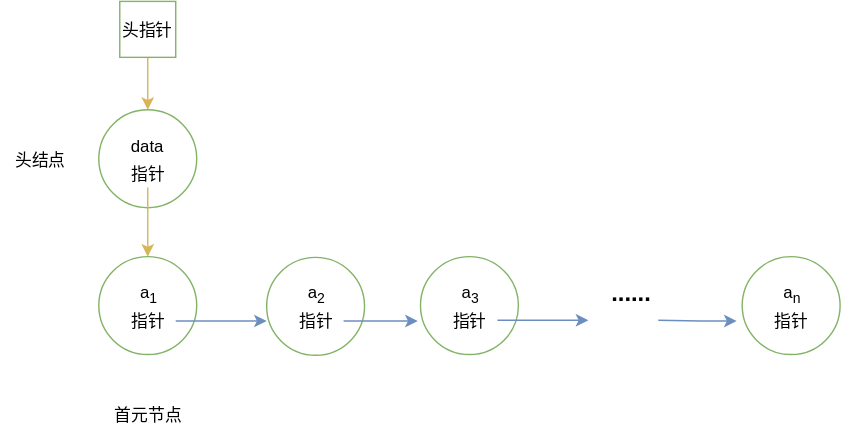
The draw.io diagram images/structure/linklist-03.svg in overnote/over-algorithm, before a commit. Source tidied: cells renumbered, new cells last; positions are measured from the earlier drawing's top-left corner, leaving out a move shared by most shapes. Its diagram source:
```xml
<mxGraphModel>
  <root>
    <mxCell id="0" />
    <mxCell id="1" parent="0" />
    <mxCell id="2" style="ellipse;whiteSpace=wrap;html=1;fillColor=#FFFFFF;strokeColor=#82b366;" parent="1" vertex="1">
      <mxGeometry x="70" y="183" width="70" height="70" as="geometry" />
    </mxCell>
    <mxCell id="3" style="edgeStyle=orthogonalEdgeStyle;rounded=0;jettySize=auto;html=1;entryX=0.5;entryY=0;entryDx=0;entryDy=0;fillColor=#fff2cc;strokeColor=#d6b656;" parent="1" edge="1" source="4" target="21">
      <mxGeometry relative="1" as="geometry" />
    </mxCell>
    <mxCell id="4" value="头指针" style="rounded=0;whiteSpace=wrap;html=1;fillColor=#FFFFFF;strokeColor=#82b366;" parent="1" vertex="1">
      <mxGeometry x="85" y="0.5" width="40" height="40" as="geometry" />
    </mxCell>
    <mxCell id="5" value="......" style="text;html=1;strokeColor=none;fillColor=none;align=center;verticalAlign=middle;whiteSpace=wrap;rounded=0;fontSize=17;fontStyle=1;" parent="1" vertex="1">
      <mxGeometry x="430" y="199" width="40" height="20" as="geometry" />
    </mxCell>
    <mxCell id="6" value="a&lt;sub&gt;1&lt;/sub&gt;" style="text;html=1;strokeColor=none;fillColor=none;align=center;verticalAlign=middle;whiteSpace=wrap;rounded=0;fontSize=12;" parent="1" vertex="1">
      <mxGeometry x="85" y="198.5" width="40" height="20" as="geometry" />
    </mxCell>
    <mxCell id="7" style="edgeStyle=orthogonalEdgeStyle;rounded=0;jettySize=auto;html=1;entryX=0;entryY=0.643;entryDx=0;entryDy=0;entryPerimeter=0;fontSize=12;fillColor=#dae8fc;strokeColor=#6c8ebf;" parent="1" edge="1" source="8" target="9">
      <mxGeometry relative="1" as="geometry" />
    </mxCell>
    <mxCell id="8" value="指针" style="text;html=1;strokeColor=none;fillColor=none;align=center;verticalAlign=middle;whiteSpace=wrap;rounded=0;fontSize=12;" parent="1" vertex="1">
      <mxGeometry x="85" y="218.5" width="40" height="20" as="geometry" />
    </mxCell>
    <mxCell id="9" style="ellipse;whiteSpace=wrap;html=1;fillColor=#FFFFFF;strokeColor=#82b366;" parent="1" vertex="1">
      <mxGeometry x="190" y="183.5" width="70" height="70" as="geometry" />
    </mxCell>
    <mxCell id="10" value="a&lt;sub&gt;2&lt;/sub&gt;" style="text;html=1;strokeColor=none;fillColor=none;align=center;verticalAlign=middle;whiteSpace=wrap;rounded=0;fontSize=12;" parent="1" vertex="1">
      <mxGeometry x="205" y="199" width="40" height="20" as="geometry" />
    </mxCell>
    <mxCell id="11" style="edgeStyle=orthogonalEdgeStyle;rounded=0;jettySize=auto;html=1;entryX=-0.029;entryY=0.664;entryDx=0;entryDy=0;entryPerimeter=0;fontSize=12;fillColor=#dae8fc;strokeColor=#6c8ebf;" parent="1" edge="1" source="12" target="13">
      <mxGeometry relative="1" as="geometry" />
    </mxCell>
    <mxCell id="12" value="指针" style="text;html=1;strokeColor=none;fillColor=none;align=center;verticalAlign=middle;whiteSpace=wrap;rounded=0;fontSize=12;" parent="1" vertex="1">
      <mxGeometry x="205" y="219" width="40" height="20" as="geometry" />
    </mxCell>
    <mxCell id="13" style="ellipse;whiteSpace=wrap;html=1;fillColor=#FFFFFF;strokeColor=#82b366;" parent="1" vertex="1">
      <mxGeometry x="300" y="183" width="70" height="70" as="geometry" />
    </mxCell>
    <mxCell id="14" value="a&lt;sub&gt;3&lt;/sub&gt;" style="text;html=1;strokeColor=none;fillColor=none;align=center;verticalAlign=middle;whiteSpace=wrap;rounded=0;fontSize=12;" parent="1" vertex="1">
      <mxGeometry x="315" y="198.5" width="40" height="20" as="geometry" />
    </mxCell>
    <mxCell id="15" style="edgeStyle=orthogonalEdgeStyle;rounded=0;jettySize=auto;html=1;fontSize=12;fillColor=#dae8fc;strokeColor=#6c8ebf;" parent="1" edge="1" source="16">
      <mxGeometry relative="1" as="geometry">
        <mxPoint x="420" y="228.5" as="targetPoint" />
      </mxGeometry>
    </mxCell>
    <mxCell id="16" value="指针" style="text;html=1;strokeColor=none;fillColor=none;align=center;verticalAlign=middle;whiteSpace=wrap;rounded=0;fontSize=12;" parent="1" vertex="1">
      <mxGeometry x="315" y="218.5" width="40" height="20" as="geometry" />
    </mxCell>
    <mxCell id="17" style="ellipse;whiteSpace=wrap;html=1;fillColor=#FFFFFF;strokeColor=#82b366;" parent="1" vertex="1">
      <mxGeometry x="530" y="183" width="70" height="70" as="geometry" />
    </mxCell>
    <mxCell id="18" value="a&lt;sub&gt;n&lt;/sub&gt;" style="text;html=1;strokeColor=none;fillColor=none;align=center;verticalAlign=middle;whiteSpace=wrap;rounded=0;fontSize=12;" parent="1" vertex="1">
      <mxGeometry x="545" y="198.5" width="40" height="20" as="geometry" />
    </mxCell>
    <mxCell id="19" value="指针" style="text;html=1;strokeColor=none;fillColor=none;align=center;verticalAlign=middle;whiteSpace=wrap;rounded=0;fontSize=12;" parent="1" vertex="1">
      <mxGeometry x="545" y="218.5" width="40" height="20" as="geometry" />
    </mxCell>
    <mxCell id="20" style="edgeStyle=orthogonalEdgeStyle;rounded=0;jettySize=auto;html=1;fontSize=12;fillColor=#dae8fc;strokeColor=#6c8ebf;entryX=-0.057;entryY=0.65;entryDx=0;entryDy=0;entryPerimeter=0;" parent="1" edge="1" target="17">
      <mxGeometry relative="1" as="geometry">
        <mxPoint x="470" y="228.5" as="sourcePoint" />
      </mxGeometry>
    </mxCell>
    <mxCell id="21" style="ellipse;whiteSpace=wrap;html=1;fillColor=#FFFFFF;strokeColor=#82b366;" parent="1" vertex="1">
      <mxGeometry x="70" y="78" width="70" height="70" as="geometry" />
    </mxCell>
    <mxCell id="22" value="data" style="text;html=1;strokeColor=none;fillColor=none;align=center;verticalAlign=middle;whiteSpace=wrap;rounded=0;fontSize=12;" parent="1" vertex="1">
      <mxGeometry x="85" y="93.5" width="40" height="20" as="geometry" />
    </mxCell>
    <mxCell id="23" style="edgeStyle=orthogonalEdgeStyle;rounded=0;jettySize=auto;html=1;entryX=0.5;entryY=0;entryDx=0;entryDy=0;fillColor=#fff2cc;strokeColor=#d6b656;" parent="1" edge="1" source="24" target="2">
      <mxGeometry relative="1" as="geometry" />
    </mxCell>
    <mxCell id="24" value="指针" style="text;html=1;strokeColor=none;fillColor=none;align=center;verticalAlign=middle;whiteSpace=wrap;rounded=0;fontSize=12;" parent="1" vertex="1">
      <mxGeometry x="85" y="113.5" width="40" height="20" as="geometry" />
    </mxCell>
    <mxCell id="25" value="头结点" style="text;html=1;strokeColor=none;fillColor=none;align=center;verticalAlign=middle;whiteSpace=wrap;rounded=0;fontSize=12;fontStyle=0;" parent="1" vertex="1">
      <mxGeometry y="103.5" width="55" height="20" as="geometry" />
    </mxCell>
    <mxCell id="26" value="首元节点" style="text;html=1;strokeColor=none;fillColor=none;align=center;verticalAlign=middle;whiteSpace=wrap;rounded=0;fontSize=12;fontStyle=0;" parent="1" vertex="1">
      <mxGeometry x="77.5" y="285.5" width="55" height="20" as="geometry" />
    </mxCell>
  </root>
</mxGraphModel>
```
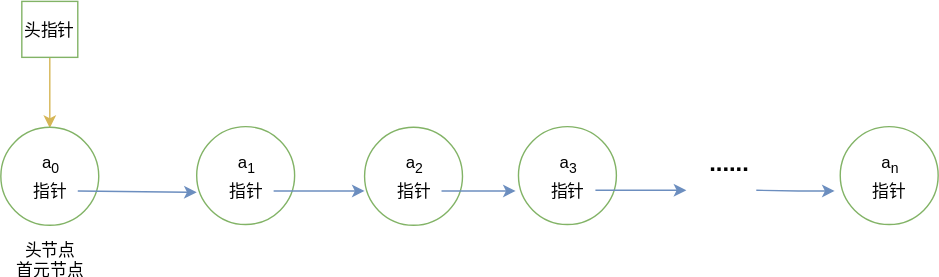
Above is the later version.

What changed in the source:
```diff
@@ -9,7 +9,7 @@
       <mxGeometry relative="1" as="geometry" />
     </mxCell>
     <mxCell id="4" value="头指针" style="rounded=0;whiteSpace=wrap;html=1;fillColor=#FFFFFF;strokeColor=#82b366;" parent="1" vertex="1">
-      <mxGeometry x="85" y="0.5" width="40" height="40" as="geometry" />
+      <mxGeometry x="-55" y="93.5" width="40" height="40" as="geometry" />
     </mxCell>
     <mxCell id="5" value="......" style="text;html=1;strokeColor=none;fillColor=none;align=center;verticalAlign=middle;whiteSpace=wrap;rounded=0;fontSize=17;fontStyle=1;" parent="1" vertex="1">
       <mxGeometry x="430" y="199" width="40" height="20" as="geometry" />
@@ -64,22 +64,19 @@
       </mxGeometry>
     </mxCell>
     <mxCell id="21" style="ellipse;whiteSpace=wrap;html=1;fillColor=#FFFFFF;strokeColor=#82b366;" parent="1" vertex="1">
-      <mxGeometry x="70" y="78" width="70" height="70" as="geometry" />
+      <mxGeometry x="-70" y="183.5" width="70" height="70" as="geometry" />
     </mxCell>
-    <mxCell id="22" value="data" style="text;html=1;strokeColor=none;fillColor=none;align=center;verticalAlign=middle;whiteSpace=wrap;rounded=0;fontSize=12;" parent="1" vertex="1">
-      <mxGeometry x="85" y="93.5" width="40" height="20" as="geometry" />
+    <mxCell id="22" value="a&lt;sub&gt;0&lt;/sub&gt;" style="text;html=1;strokeColor=none;fillColor=none;align=center;verticalAlign=middle;whiteSpace=wrap;rounded=0;fontSize=12;" parent="1" vertex="1">
+      <mxGeometry x="-55" y="199" width="40" height="20" as="geometry" />
     </mxCell>
+    <mxCell id="24" value="指针" style="text;html=1;strokeColor=none;fillColor=none;align=center;verticalAlign=middle;whiteSpace=wrap;rounded=0;fontSize=12;" parent="1" vertex="1">
+      <mxGeometry x="-55" y="219" width="40" height="20" as="geometry" />
+    </mxCell>
+    <mxCell id="26" value="头节点&lt;br&gt;首元节点" style="text;html=1;strokeColor=none;fillColor=none;align=center;verticalAlign=middle;whiteSpace=wrap;rounded=0;fontSize=12;fontStyle=0;" parent="1" vertex="1">
+      <mxGeometry x="-62.5" y="268" width="55" height="20" as="geometry" />
+    </mxCell>
-    <mxCell id="23" style="edgeStyle=orthogonalEdgeStyle;rounded=0;jettySize=auto;html=1;entryX=0.5;entryY=0;entryDx=0;entryDy=0;fillColor=#fff2cc;strokeColor=#d6b656;" parent="1" edge="1" source="24" target="2">
+    <mxCell id="23" style="endArrow=classic;html=1;exitX=1;exitY=0.5;exitDx=0;exitDy=0;entryX=0;entryY=0.671;entryDx=0;entryDy=0;entryPerimeter=0;fillColor=#dae8fc;strokeColor=#6c8ebf;" parent="1" edge="1" source="24" target="2">
       <mxGeometry relative="1" as="geometry" />
     </mxCell>
-    <mxCell id="24" value="指针" style="text;html=1;strokeColor=none;fillColor=none;align=center;verticalAlign=middle;whiteSpace=wrap;rounded=0;fontSize=12;" parent="1" vertex="1">
-      <mxGeometry x="85" y="113.5" width="40" height="20" as="geometry" />
-    </mxCell>
-    <mxCell id="25" value="头结点" style="text;html=1;strokeColor=none;fillColor=none;align=center;verticalAlign=middle;whiteSpace=wrap;rounded=0;fontSize=12;fontStyle=0;" parent="1" vertex="1">
-      <mxGeometry y="103.5" width="55" height="20" as="geometry" />
-    </mxCell>
-    <mxCell id="26" value="首元节点" style="text;html=1;strokeColor=none;fillColor=none;align=center;verticalAlign=middle;whiteSpace=wrap;rounded=0;fontSize=12;fontStyle=0;" parent="1" vertex="1">
-      <mxGeometry x="77.5" y="285.5" width="55" height="20" as="geometry" />
-    </mxCell>
   </root>
 </mxGraphModel>
```
